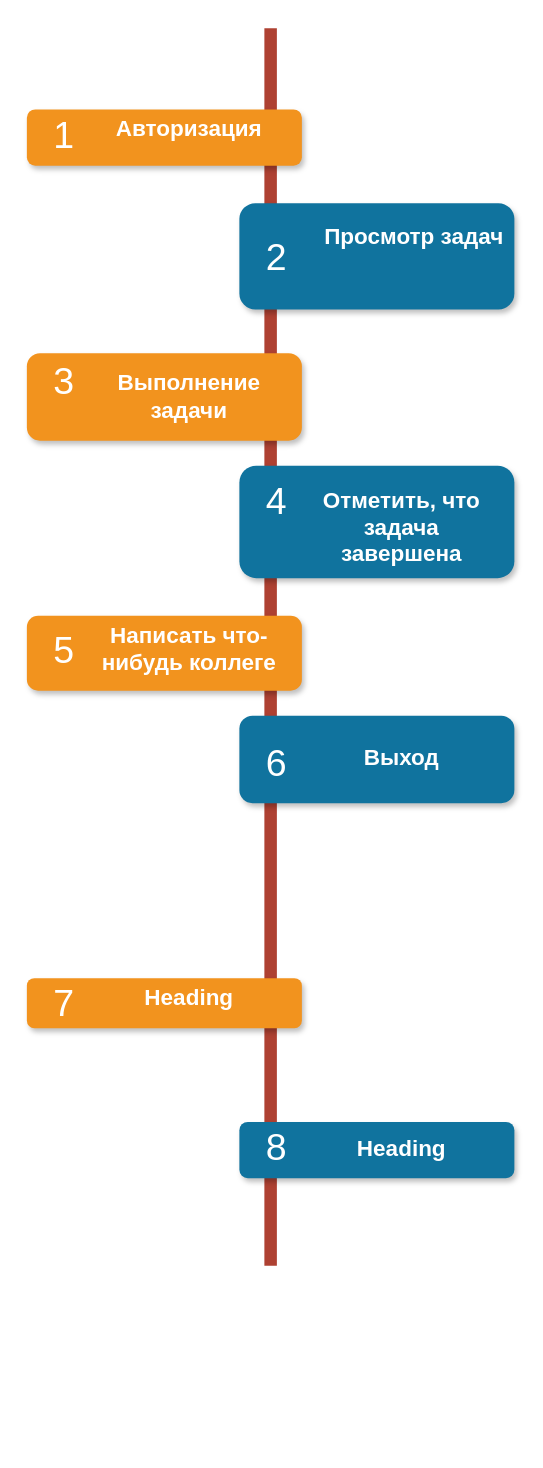
Before: Untitled Diagram.drawio in Isas2g/test_project, a draw.io diagram. Source tidied: cells renumbered, new cells numbered last; positions are measured from the earlier drawing's top-left corner, leaving out a move shared by most shapes. Both pictures are drawn from the tidied source at 125%, with x=0, y=0 at pixel (26, 28).
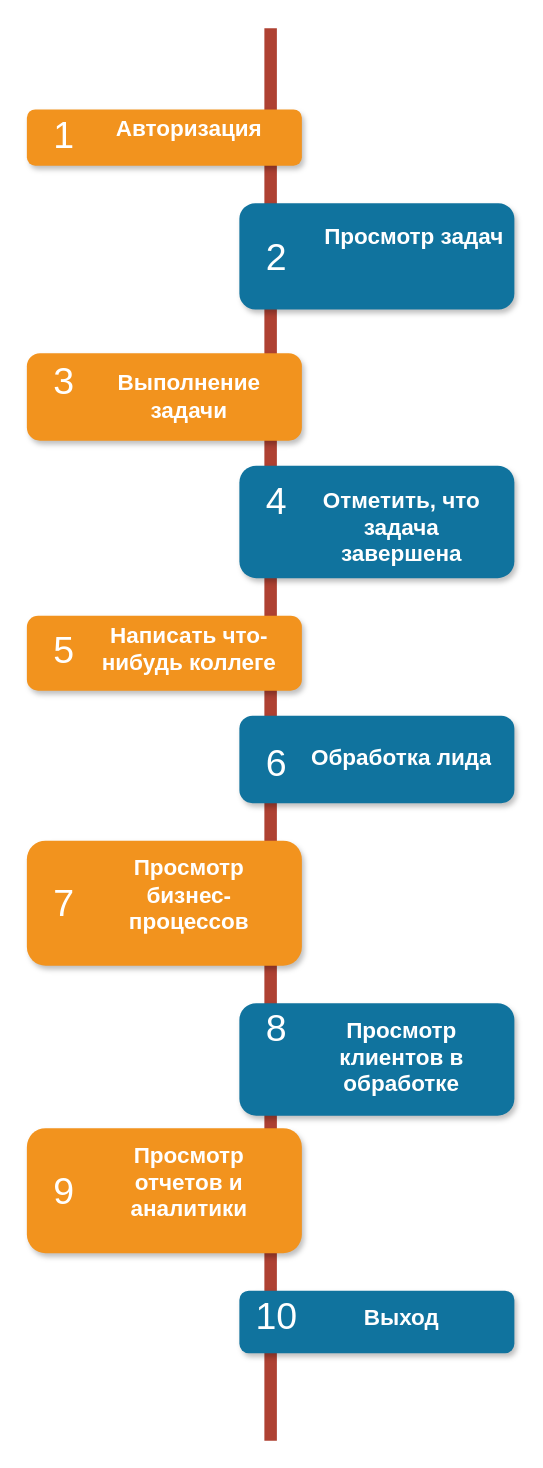
The same diagram, later.

Unchanged cells that the change refers to:
```xml
<mxCell id="29" style="group;" parent="1" vertex="1">
  <mxGeometry x="170" y="550" width="220" height="70" as="geometry" />
</mxCell>
```

Diff of the diagram source:
```diff
@@
     <mxCell id="2" style="line;strokeWidth=10;direction=south;html=1;fillColor=none;fontSize=13;fontColor=#000000;align=center;strokeColor=#AE4132;" parent="1" vertex="1">
-      <mxGeometry x="190" width="10" height="990" as="geometry" />
+      <mxGeometry x="190" width="10" height="1130" as="geometry" />
     </mxCell>
@@
-    <mxCell id="5" style="rounded=1;whiteSpace=wrap;html=1;strokeColor=none;strokeWidth=1;fillColor=#10739E;fontSize=13;fontColor=#FFFFFF;align=center;gradientColor=none;gradientDirection=east;verticalAlign=top;shadow=1;" parent="1" vertex="1">
-      <mxGeometry x="170" y="875" width="220" height="45" as="geometry" />
-    </mxCell>
-    <mxCell id="6" value="8" style="text;html=1;strokeColor=none;fillColor=none;align=center;verticalAlign=middle;whiteSpace=wrap;fontSize=30;fontColor=#FFFFFF;" parent="1" vertex="1">
-      <mxGeometry x="180" y="885" width="40" height="20" as="geometry" />
-    </mxCell>
@@
-    <mxCell id="8" value="&lt;h1&gt;Heading&lt;/h1&gt;&lt;p&gt;&lt;br&gt;&lt;/p&gt;" style="text;html=1;spacing=5;spacingTop=-20;whiteSpace=wrap;overflow=hidden;strokeColor=none;strokeWidth=4;fillColor=none;gradientColor=#007FFF;fontSize=9;fontColor=#FFFFFF;align=center;" parent="1" vertex="1">
-      <mxGeometry x="220" y="885" width="160" height="30" as="geometry" />
-    </mxCell>
     <mxCell id="9" style="group;" parent="1" vertex="1">
-      <mxGeometry y="760" width="220" height="40" as="geometry" />
+      <mxGeometry y="650" width="220" height="100" as="geometry" />
     </mxCell>
     <mxCell id="10" style="rounded=1;whiteSpace=wrap;html=1;strokeColor=none;strokeWidth=1;fillColor=#F2931E;fontSize=13;fontColor=#FFFFFF;align=center;gradientColor=none;gradientDirection=east;verticalAlign=top;shadow=1;" parent="9" vertex="1">
-      <mxGeometry width="220" height="40" as="geometry" />
+      <mxGeometry width="220" height="100" as="geometry" />
     </mxCell>
     <mxCell id="11" value="7" style="text;html=1;strokeColor=none;fillColor=none;align=center;verticalAlign=middle;whiteSpace=wrap;fontSize=30;fontColor=#FFFFFF;" parent="9" vertex="1">
-      <mxGeometry x="10" y="10" width="40" height="20" as="geometry" />
+      <mxGeometry x="10" y="25" width="40" height="50" as="geometry" />
     </mxCell>
-    <mxCell id="12" value="&lt;h1&gt;Heading&lt;/h1&gt;&lt;p&gt;&lt;br&gt;&lt;/p&gt;" style="text;html=1;spacing=5;spacingTop=-20;whiteSpace=wrap;overflow=hidden;strokeColor=none;strokeWidth=4;fillColor=none;gradientColor=#007FFF;fontSize=9;fontColor=#FFFFFF;align=center;" parent="9" vertex="1">
-      <mxGeometry x="50" y="4" width="160" height="26" as="geometry" />
+    <mxCell id="12" value="&lt;h1&gt;Просмотр бизнес-процессов&lt;/h1&gt;" style="text;html=1;spacing=5;spacingTop=-20;whiteSpace=wrap;overflow=hidden;strokeColor=none;strokeWidth=4;fillColor=none;gradientColor=#007FFF;fontSize=9;fontColor=#FFFFFF;align=center;" parent="9" vertex="1">
+      <mxGeometry x="50" y="10" width="160" height="65" as="geometry" />
     </mxCell>
@@
-    <mxCell id="32" value="&lt;h1&gt;&lt;span&gt;Выход&lt;/span&gt;&lt;br&gt;&lt;/h1&gt;" style="text;html=1;spacing=5;spacingTop=-20;whiteSpace=wrap;overflow=hidden;strokeColor=none;strokeWidth=4;fillColor=none;gradientColor=#007FFF;fontSize=9;fontColor=#FFFFFF;align=center;" parent="29" vertex="1">
+    <mxCell id="32" value="&lt;h1&gt;Обработка лида&lt;/h1&gt;" style="text;html=1;spacing=5;spacingTop=-20;whiteSpace=wrap;overflow=hidden;strokeColor=none;strokeWidth=4;fillColor=none;gradientColor=#007FFF;fontSize=9;fontColor=#FFFFFF;align=center;" parent="29" vertex="1">
       <mxGeometry x="50" y="22" width="160" height="31" as="geometry" />
     </mxCell>
+    <mxCell id="33" style="group;" parent="1" vertex="1">
+      <mxGeometry x="170" y="780" width="220" height="90" as="geometry" />
+    </mxCell>
+    <mxCell id="5" style="rounded=1;whiteSpace=wrap;html=1;strokeColor=none;strokeWidth=1;fillColor=#10739E;fontSize=13;fontColor=#FFFFFF;align=center;gradientColor=none;gradientDirection=east;verticalAlign=top;shadow=1;" parent="33" vertex="1">
+      <mxGeometry width="220" height="90" as="geometry" />
+    </mxCell>
+    <mxCell id="6" value="8" style="text;html=1;strokeColor=none;fillColor=none;align=center;verticalAlign=middle;whiteSpace=wrap;fontSize=30;fontColor=#FFFFFF;" parent="33" vertex="1">
+      <mxGeometry x="10" y="10" width="40" height="20" as="geometry" />
+    </mxCell>
+    <mxCell id="8" value="&lt;h1&gt;Просмотр клиентов в обработке&lt;/h1&gt;" style="text;html=1;spacing=5;spacingTop=-20;whiteSpace=wrap;overflow=hidden;strokeColor=none;strokeWidth=4;fillColor=none;gradientColor=#007FFF;fontSize=9;fontColor=#FFFFFF;align=center;" parent="33" vertex="1">
+      <mxGeometry x="50" y="10" width="160" height="70" as="geometry" />
+    </mxCell>
+    <mxCell id="34" style="group;" parent="1" vertex="1">
+      <mxGeometry y="880" width="220" height="100" as="geometry" />
+    </mxCell>
+    <mxCell id="35" style="rounded=1;whiteSpace=wrap;html=1;strokeColor=none;strokeWidth=1;fillColor=#F2931E;fontSize=13;fontColor=#FFFFFF;align=center;gradientColor=none;gradientDirection=east;verticalAlign=top;shadow=1;" parent="34" vertex="1">
+      <mxGeometry width="220" height="100" as="geometry" />
+    </mxCell>
+    <mxCell id="36" value="9" style="text;html=1;strokeColor=none;fillColor=none;align=center;verticalAlign=middle;whiteSpace=wrap;fontSize=30;fontColor=#FFFFFF;" parent="34" vertex="1">
+      <mxGeometry x="10" y="25" width="40" height="50" as="geometry" />
+    </mxCell>
+    <mxCell id="37" value="&lt;h1&gt;Просмотр отчетов и аналитики&lt;/h1&gt;" style="text;html=1;spacing=5;spacingTop=-20;whiteSpace=wrap;overflow=hidden;strokeColor=none;strokeWidth=4;fillColor=none;gradientColor=#007FFF;fontSize=9;fontColor=#FFFFFF;align=center;" parent="34" vertex="1">
+      <mxGeometry x="50" y="10" width="160" height="65" as="geometry" />
+    </mxCell>
+    <mxCell id="38" style="group;" parent="1" vertex="1">
+      <mxGeometry x="170" y="1010" width="220" height="90" as="geometry" />
+    </mxCell>
+    <mxCell id="39" style="rounded=1;whiteSpace=wrap;html=1;strokeColor=none;strokeWidth=1;fillColor=#10739E;fontSize=13;fontColor=#FFFFFF;align=center;gradientColor=none;gradientDirection=east;verticalAlign=top;shadow=1;" parent="38" vertex="1">
+      <mxGeometry width="220" height="50" as="geometry" />
+    </mxCell>
+    <mxCell id="40" value="10" style="text;html=1;strokeColor=none;fillColor=none;align=center;verticalAlign=middle;whiteSpace=wrap;fontSize=30;fontColor=#FFFFFF;" parent="38" vertex="1">
+      <mxGeometry x="10" y="10" width="40" height="20" as="geometry" />
+    </mxCell>
+    <mxCell id="41" value="&lt;h1&gt;Выход&lt;/h1&gt;" style="text;html=1;spacing=5;spacingTop=-20;whiteSpace=wrap;overflow=hidden;strokeColor=none;strokeWidth=4;fillColor=none;gradientColor=#007FFF;fontSize=9;fontColor=#FFFFFF;align=center;" parent="38" vertex="1">
+      <mxGeometry x="50" y="10" width="160" height="70" as="geometry" />
+    </mxCell>
```
